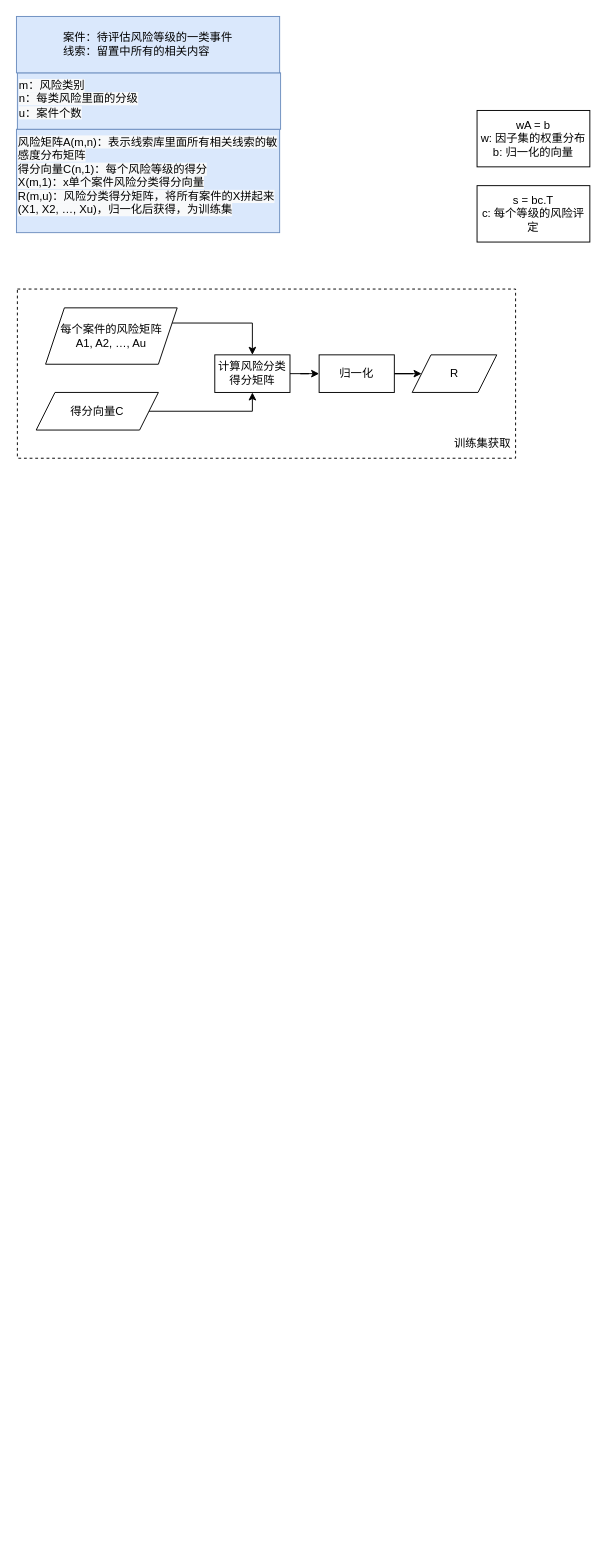
Before: risk_assessment.drawio in jiang-111/crispy-parakeet, a draw.io diagram. Source tidied: cells renumbered, new cells numbered last; positions are measured from the earlier drawing's top-left corner, leaving out a move shared by most shapes. Both pictures are drawn from the tidied source at 94%, with x=0, y=0 at pixel (16, 16).
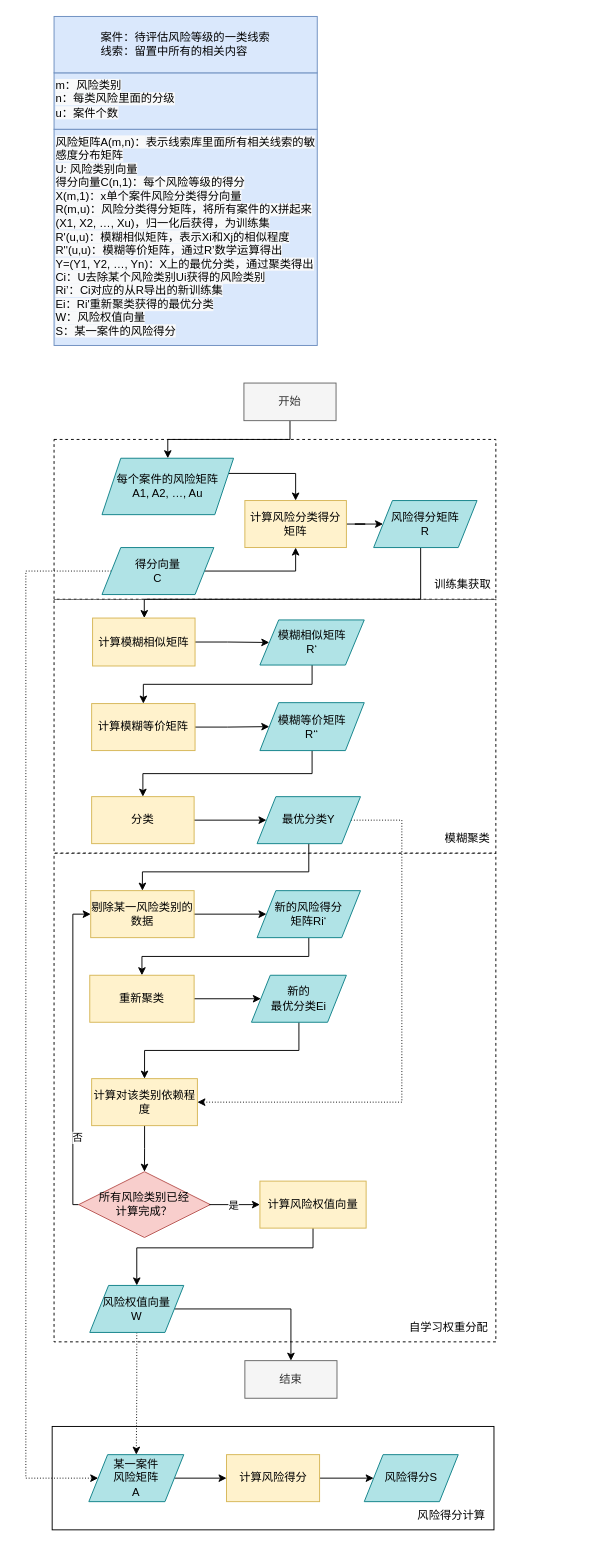
After the change.

The edit, as a diff of the source:
```diff
@@
-    <mxCell id="2" style="rounded=0;whiteSpace=wrap;html=1;dashed=1;" parent="1" vertex="1">
-      <mxGeometry x="1" y="290" width="530" height="180" as="geometry" />
-    </mxCell>
-    <mxCell id="3" value="wA = b&lt;br&gt;w: 因子集的权重分布&lt;br&gt;b: 归一化的向量" style="rounded=0;whiteSpace=wrap;html=1;" parent="1" vertex="1">
-      <mxGeometry x="490" y="100" width="120" height="60" as="geometry" />
-    </mxCell>
-    <mxCell id="4" value="s = bc.T&lt;br&gt;c: 每个等级的风险评定" style="rounded=0;whiteSpace=wrap;html=1;" parent="1" vertex="1">
-      <mxGeometry x="490" y="180" width="120" height="60" as="geometry" />
-    </mxCell>
+    <mxCell id="18" style="rounded=0;whiteSpace=wrap;html=1;" parent="1" vertex="1">
+      <mxGeometry x="38" y="1500" width="470" height="110" as="geometry" />
+    </mxCell>
+    <mxCell id="19" style="rounded=0;whiteSpace=wrap;html=1;dashed=1;" parent="1" vertex="1">
+      <mxGeometry x="40" y="890" width="470" height="520" as="geometry" />
+    </mxCell>
+    <mxCell id="20" style="rounded=0;whiteSpace=wrap;html=1;dashed=1;" parent="1" vertex="1">
+      <mxGeometry x="40" y="620" width="470" height="270" as="geometry" />
+    </mxCell>
+    <mxCell id="21" style="rounded=0;whiteSpace=wrap;html=1;dashed=1;" parent="1" vertex="1">
+      <mxGeometry x="40" y="450" width="470" height="170" as="geometry" />
+    </mxCell>
@@
-    <mxCell id="6" value="每个案件的风险矩阵&lt;br&gt;A1, A2, …, Au" style="shape=parallelogram;perimeter=parallelogramPerimeter;whiteSpace=wrap;html=1;fixedSize=1;" parent="1" vertex="1">
-      <mxGeometry x="31" y="310" width="140" height="60" as="geometry" />
+    <mxCell id="6" value="每个案件的风险矩阵&lt;br&gt;A1, A2, …, Au" style="shape=parallelogram;perimeter=parallelogramPerimeter;whiteSpace=wrap;html=1;fixedSize=1;fillColor=#b0e3e6;strokeColor=#0e8088;" parent="1" vertex="1">
+      <mxGeometry x="91" y="470" width="140" height="60" as="geometry" />
     </mxCell>
@@
+    <mxCell id="22" style="edgeStyle=orthogonalEdgeStyle;rounded=0;jettySize=auto;html=1;exitX=0;exitY=0.5;exitDx=0;exitDy=0;entryX=0;entryY=0.5;entryDx=0;entryDy=0;dashed=1;dashPattern=1 2;" parent="1" edge="1" source="8" target="62">
+      <mxGeometry relative="1" as="geometry">
+        <Array as="points">
+          <mxPoint x="10" y="590" />
+          <mxPoint x="10" y="1555" />
+        </Array>
+      </mxGeometry>
+    </mxCell>
-    <mxCell id="8" value="得分向量C" style="shape=parallelogram;perimeter=parallelogramPerimeter;whiteSpace=wrap;html=1;fixedSize=1;" parent="1" vertex="1">
-      <mxGeometry x="21" y="400" width="130" height="40" as="geometry" />
+    <mxCell id="8" value="得分向量&lt;br&gt;C" style="shape=parallelogram;perimeter=parallelogramPerimeter;whiteSpace=wrap;html=1;fixedSize=1;fillColor=#b0e3e6;strokeColor=#0e8088;" parent="1" vertex="1">
+      <mxGeometry x="91" y="565" width="119" height="50" as="geometry" />
     </mxCell>
-    <mxCell id="9" value="&lt;span style=&quot;color: rgb(0 , 0 , 0) ; font-family: &amp;#34;helvetica&amp;#34; ; font-size: 12px ; font-style: normal ; font-weight: 400 ; letter-spacing: normal ; text-align: center ; text-indent: 0px ; text-transform: none ; word-spacing: 0px ; background-color: rgb(248 , 249 , 250) ; display: inline ; float: none&quot;&gt;风险矩阵A(m,n)：&lt;/span&gt;&lt;span style=&quot;color: rgb(0 , 0 , 0) ; font-family: &amp;#34;helvetica&amp;#34; ; font-size: 12px ; font-style: normal ; font-weight: 400 ; letter-spacing: normal ; text-align: center ; text-indent: 0px ; text-transform: none ; word-spacing: 0px ; background-color: rgb(248 , 249 , 250) ; display: inline ; float: none&quot;&gt;表示线索库里面所有相关线索的敏感度分布矩阵&lt;br&gt;得分向量C(n,1)：每个风险等级的得分&lt;br&gt;X(m,1)：x单个案件风险分类得分向量&lt;br&gt;R(m,u)：风险分类得分矩阵，将所有案件的X拼起来(X1, X2, …, Xu)，归一化后获得，为训练集&lt;br&gt;&lt;/span&gt;" style="text;whiteSpace=wrap;html=1;fillColor=#dae8fc;strokeColor=#6c8ebf;" parent="1" vertex="1">
-      <mxGeometry y="120" width="280" height="110" as="geometry" />
+    <mxCell id="9" value="&lt;span style=&quot;color: rgb(0 , 0 , 0) ; font-family: &amp;#34;helvetica&amp;#34; ; font-size: 12px ; font-style: normal ; font-weight: 400 ; letter-spacing: normal ; text-align: center ; text-indent: 0px ; text-transform: none ; word-spacing: 0px ; background-color: rgb(248 , 249 , 250) ; display: inline ; float: none&quot;&gt;风险矩阵A(m,n)：&lt;/span&gt;&lt;span style=&quot;color: rgb(0 , 0 , 0) ; font-family: &amp;#34;helvetica&amp;#34; ; font-size: 12px ; font-style: normal ; font-weight: 400 ; letter-spacing: normal ; text-align: center ; text-indent: 0px ; text-transform: none ; word-spacing: 0px ; background-color: rgb(248 , 249 , 250) ; display: inline ; float: none&quot;&gt;表示线索库里面所有相关线索的敏感度分布矩阵&lt;br&gt;U: 风险类别向量&lt;br&gt;得分向量C(n,1)：每个风险等级的得分&lt;br&gt;X(m,1)：x单个案件风险分类得分向量&lt;br&gt;R(m,u)：风险分类得分矩阵，将所有案件的X拼起来(X1, X2, …, Xu)，归一化后获得，为训练集&lt;br&gt;R'(u,u)：模糊相似矩阵，表示Xi和Xj的相似程度&lt;br&gt;R''(u,u)：模糊等价矩阵，通过R’数学运算得出&lt;br&gt;Y=(Y1, Y2, …, Yn)：X上的最优分类，通过聚类得出&lt;br&gt;Ci：U去除某个风险类别Ui获得的风险类别&lt;br&gt;Ri’：Ci对应的从R导出的新训练集&lt;br&gt;Ei：Ri'重新聚类获得的最优分类&lt;br&gt;W：风险权值向量&lt;br&gt;S：某一案件的风险得分&lt;br&gt;&lt;/span&gt;" style="text;whiteSpace=wrap;html=1;fillColor=#dae8fc;strokeColor=#6c8ebf;" parent="1" vertex="1">
+      <mxGeometry x="40" y="120" width="280" height="230" as="geometry" />
     </mxCell>
     <mxCell id="10" value="&lt;span style=&quot;color: rgb(0 , 0 , 0) ; font-size: 12px ; font-style: normal ; font-weight: 400 ; letter-spacing: normal ; text-indent: 0px ; text-transform: none ; word-spacing: 0px ; font-family: &amp;#34;helvetica&amp;#34; ; text-align: center ; background-color: rgb(248 , 249 , 250) ; display: inline ; float: none&quot;&gt;m：风险类别&lt;/span&gt;&lt;br style=&quot;color: rgb(0 , 0 , 0) ; font-size: 12px ; font-style: normal ; font-weight: 400 ; letter-spacing: normal ; text-indent: 0px ; text-transform: none ; word-spacing: 0px ; font-family: &amp;#34;helvetica&amp;#34; ; text-align: center ; background-color: rgb(248 , 249 , 250)&quot;&gt;&lt;span style=&quot;color: rgb(0 , 0 , 0) ; font-size: 12px ; font-style: normal ; font-weight: 400 ; letter-spacing: normal ; text-indent: 0px ; text-transform: none ; word-spacing: 0px ; font-family: &amp;#34;helvetica&amp;#34; ; text-align: center ; background-color: rgb(248 , 249 , 250) ; display: inline ; float: none&quot;&gt;n：每类风险里面的分级&lt;br&gt;u：案件个数&lt;br&gt;&lt;/span&gt;" style="text;whiteSpace=wrap;html=1;fillColor=#dae8fc;strokeColor=#6c8ebf;" parent="1" vertex="1">
-      <mxGeometry x="1" y="60" width="280" height="60" as="geometry" />
+      <mxGeometry x="40" y="60" width="280" height="60" as="geometry" />
     </mxCell>
-    <mxCell id="11" style="edgeStyle=orthogonalEdgeStyle;rounded=0;jettySize=auto;html=1;" parent="1" edge="1" source="12" target="17">
-      <mxGeometry relative="1" as="geometry" />
-    </mxCell>
+    <mxCell id="23" style="edgeStyle=orthogonalEdgeStyle;rounded=0;jettySize=auto;html=1;" parent="1" edge="1" source="12" target="25">
+      <mxGeometry relative="1" as="geometry" />
+    </mxCell>
-    <mxCell id="12" value="计算风险分类得分矩阵" style="rounded=0;whiteSpace=wrap;html=1;" parent="1" vertex="1">
-      <mxGeometry x="211" y="360" width="80" height="40" as="geometry" />
+    <mxCell id="12" value="计算风险分类得分矩阵" style="rounded=0;whiteSpace=wrap;html=1;fillColor=#fff2cc;strokeColor=#d6b656;" parent="1" vertex="1">
+      <mxGeometry x="243" y="515" width="108" height="50" as="geometry" />
     </mxCell>
-    <mxCell id="13" value="案件：待评估风险等级的一类事件&lt;br&gt;&lt;div style=&quot;text-align: left&quot;&gt;&lt;span&gt;线索：留置中所有的相关内容&lt;/span&gt;&lt;/div&gt;" style="rounded=0;whiteSpace=wrap;html=1;fillColor=#dae8fc;strokeColor=#6c8ebf;" parent="1" vertex="1">
-      <mxGeometry width="280" height="60" as="geometry" />
+    <mxCell id="13" value="案件：待评估风险等级的一类线索&lt;br&gt;&lt;div style=&quot;text-align: left&quot;&gt;&lt;span&gt;线索：留置中所有的相关内容&lt;/span&gt;&lt;/div&gt;" style="rounded=0;whiteSpace=wrap;html=1;fillColor=#dae8fc;strokeColor=#6c8ebf;" parent="1" vertex="1">
+      <mxGeometry x="40" width="280" height="60" as="geometry" />
     </mxCell>
-    <mxCell id="14" value="R" style="shape=parallelogram;perimeter=parallelogramPerimeter;whiteSpace=wrap;html=1;fixedSize=1;" parent="1" vertex="1">
-      <mxGeometry x="421" y="360" width="90" height="40" as="geometry" />
-    </mxCell>
     <mxCell id="15" value="训练集获取" style="text;html=1;strokeColor=none;fillColor=none;align=center;verticalAlign=middle;whiteSpace=wrap;rounded=0;dashed=1;" parent="1" vertex="1">
-      <mxGeometry x="461" y="440" width="70" height="30" as="geometry" />
+      <mxGeometry x="440" y="590" width="70" height="30" as="geometry" />
     </mxCell>
-    <mxCell id="16" style="edgeStyle=orthogonalEdgeStyle;rounded=0;jettySize=auto;html=1;" parent="1" edge="1" source="17" target="14">
-      <mxGeometry relative="1" as="geometry" />
-    </mxCell>
-    <mxCell id="17" value="归一化" style="rounded=0;whiteSpace=wrap;html=1;" parent="1" vertex="1">
-      <mxGeometry x="322" y="360" width="80" height="40" as="geometry" />
-    </mxCell>
+    <mxCell id="24" style="edgeStyle=orthogonalEdgeStyle;rounded=0;jettySize=auto;html=1;" parent="1" edge="1" source="25" target="27">
+      <mxGeometry relative="1" as="geometry">
+        <Array as="points">
+          <mxPoint x="430" y="620" />
+          <mxPoint x="136" y="620" />
+        </Array>
+      </mxGeometry>
+    </mxCell>
+    <mxCell id="25" value="风险得分矩阵&lt;br&gt;R" style="shape=parallelogram;perimeter=parallelogramPerimeter;whiteSpace=wrap;html=1;fixedSize=1;fillColor=#b0e3e6;strokeColor=#0e8088;" parent="1" vertex="1">
+      <mxGeometry x="380" y="515" width="110" height="50" as="geometry" />
+    </mxCell>
+    <mxCell id="26" style="edgeStyle=orthogonalEdgeStyle;rounded=0;jettySize=auto;html=1;" parent="1" edge="1" source="27" target="29">
+      <mxGeometry relative="1" as="geometry" />
+    </mxCell>
+    <mxCell id="27" value="计算模糊相似矩阵" style="rounded=0;whiteSpace=wrap;html=1;fillColor=#fff2cc;strokeColor=#d6b656;" parent="1" vertex="1">
+      <mxGeometry x="81" y="640" width="109" height="51" as="geometry" />
+    </mxCell>
+    <mxCell id="28" style="edgeStyle=orthogonalEdgeStyle;rounded=0;jettySize=auto;html=1;exitX=0.5;exitY=1;exitDx=0;exitDy=0;entryX=0.5;entryY=0;entryDx=0;entryDy=0;" parent="1" edge="1" source="29" target="31">
+      <mxGeometry relative="1" as="geometry" />
+    </mxCell>
+    <mxCell id="29" value="模糊相似矩阵&lt;br&gt;R‘" style="shape=parallelogram;perimeter=parallelogramPerimeter;whiteSpace=wrap;html=1;fixedSize=1;fillColor=#b0e3e6;strokeColor=#0e8088;" parent="1" vertex="1">
+      <mxGeometry x="259" y="642" width="111" height="48" as="geometry" />
+    </mxCell>
+    <mxCell id="30" style="edgeStyle=orthogonalEdgeStyle;rounded=0;jettySize=auto;html=1;" parent="1" edge="1" source="31" target="33">
+      <mxGeometry relative="1" as="geometry" />
+    </mxCell>
+    <mxCell id="31" value="计算模糊等价矩阵" style="rounded=0;whiteSpace=wrap;html=1;fillColor=#fff2cc;strokeColor=#d6b656;" parent="1" vertex="1">
+      <mxGeometry x="80" y="731" width="110" height="50" as="geometry" />
+    </mxCell>
+    <mxCell id="32" style="edgeStyle=orthogonalEdgeStyle;rounded=0;jettySize=auto;html=1;exitX=0.5;exitY=1;exitDx=0;exitDy=0;entryX=0.5;entryY=0;entryDx=0;entryDy=0;" parent="1" edge="1" source="33" target="35">
+      <mxGeometry relative="1" as="geometry" />
+    </mxCell>
+    <mxCell id="33" value="模糊等价矩阵&lt;br&gt;R‘‘" style="shape=parallelogram;perimeter=parallelogramPerimeter;whiteSpace=wrap;html=1;fixedSize=1;fillColor=#b0e3e6;strokeColor=#0e8088;" parent="1" vertex="1">
+      <mxGeometry x="259" y="730" width="111" height="51" as="geometry" />
+    </mxCell>
+    <mxCell id="34" style="edgeStyle=orthogonalEdgeStyle;rounded=0;jettySize=auto;html=1;" parent="1" edge="1" source="35" target="39">
+      <mxGeometry relative="1" as="geometry" />
+    </mxCell>
+    <mxCell id="35" value="分类" style="rounded=0;whiteSpace=wrap;html=1;fillColor=#fff2cc;strokeColor=#d6b656;" parent="1" vertex="1">
+      <mxGeometry x="80" y="830" width="109" height="50" as="geometry" />
+    </mxCell>
+    <mxCell id="36" value="模糊聚类" style="text;html=1;strokeColor=none;fillColor=none;align=center;verticalAlign=middle;whiteSpace=wrap;rounded=0;dashed=1;" parent="1" vertex="1">
+      <mxGeometry x="450" y="860" width="60" height="30" as="geometry" />
+    </mxCell>
+    <mxCell id="37" style="edgeStyle=orthogonalEdgeStyle;rounded=0;jettySize=auto;html=1;entryX=0.5;entryY=0;entryDx=0;entryDy=0;" parent="1" edge="1" source="39" target="41">
+      <mxGeometry relative="1" as="geometry">
+        <Array as="points">
+          <mxPoint x="311" y="910" />
+          <mxPoint x="134" y="910" />
+        </Array>
+      </mxGeometry>
+    </mxCell>
+    <mxCell id="38" style="edgeStyle=orthogonalEdgeStyle;rounded=0;jettySize=auto;html=1;entryX=1;entryY=0.5;entryDx=0;entryDy=0;dashed=1;dashPattern=1 2;" parent="1" edge="1" source="39" target="49">
+      <mxGeometry relative="1" as="geometry">
+        <Array as="points">
+          <mxPoint x="410" y="855" />
+          <mxPoint x="410" y="1155" />
+        </Array>
+      </mxGeometry>
+    </mxCell>
+    <mxCell id="39" value="最优分类Y" style="shape=parallelogram;perimeter=parallelogramPerimeter;whiteSpace=wrap;html=1;fixedSize=1;fillColor=#b0e3e6;strokeColor=#0e8088;" parent="1" vertex="1">
+      <mxGeometry x="256" y="830" width="110" height="50" as="geometry" />
+    </mxCell>
+    <mxCell id="40" style="edgeStyle=orthogonalEdgeStyle;rounded=0;jettySize=auto;html=1;exitX=1;exitY=0.5;exitDx=0;exitDy=0;entryX=0;entryY=0.5;entryDx=0;entryDy=0;" parent="1" edge="1" source="41" target="47">
+      <mxGeometry relative="1" as="geometry" />
+    </mxCell>
+    <mxCell id="41" value="剔除某一风险类别的数据" style="rounded=0;whiteSpace=wrap;html=1;fillColor=#fff2cc;strokeColor=#d6b656;" parent="1" vertex="1">
+      <mxGeometry x="79" y="930" width="110" height="50" as="geometry" />
+    </mxCell>
+    <mxCell id="42" style="edgeStyle=orthogonalEdgeStyle;rounded=0;jettySize=auto;html=1;" parent="1" edge="1" source="43" target="45">
+      <mxGeometry relative="1" as="geometry" />
+    </mxCell>
+    <mxCell id="43" value="重新聚类" style="rounded=0;whiteSpace=wrap;html=1;fillColor=#fff2cc;strokeColor=#d6b656;" parent="1" vertex="1">
+      <mxGeometry x="78" y="1020" width="111" height="50" as="geometry" />
+    </mxCell>
+    <mxCell id="44" style="edgeStyle=orthogonalEdgeStyle;rounded=0;jettySize=auto;html=1;entryX=0.5;entryY=0;entryDx=0;entryDy=0;" parent="1" edge="1" source="45" target="49">
+      <mxGeometry relative="1" as="geometry">
+        <Array as="points">
+          <mxPoint x="301" y="1100" />
+          <mxPoint x="136" y="1100" />
+        </Array>
+      </mxGeometry>
+    </mxCell>
+    <mxCell id="45" value="新的&lt;br&gt;最优分类Ei" style="shape=parallelogram;perimeter=parallelogramPerimeter;whiteSpace=wrap;html=1;fixedSize=1;fillColor=#b0e3e6;strokeColor=#0e8088;" parent="1" vertex="1">
+      <mxGeometry x="250" y="1020" width="101" height="50" as="geometry" />
+    </mxCell>
+    <mxCell id="46" style="edgeStyle=orthogonalEdgeStyle;rounded=0;jettySize=auto;html=1;exitX=0.5;exitY=1;exitDx=0;exitDy=0;" parent="1" edge="1" source="47" target="43">
+      <mxGeometry relative="1" as="geometry" />
+    </mxCell>
+    <mxCell id="47" value="新的风险得分&lt;br&gt;矩阵Ri‘" style="shape=parallelogram;perimeter=parallelogramPerimeter;whiteSpace=wrap;html=1;fixedSize=1;fillColor=#b0e3e6;strokeColor=#0e8088;" parent="1" vertex="1">
+      <mxGeometry x="256" y="930" width="110" height="50" as="geometry" />
+    </mxCell>
+    <mxCell id="48" style="edgeStyle=orthogonalEdgeStyle;rounded=0;jettySize=auto;html=1;entryX=0.5;entryY=0;entryDx=0;entryDy=0;" parent="1" edge="1" source="49" target="52">
+      <mxGeometry relative="1" as="geometry" />
+    </mxCell>
+    <mxCell id="49" value="计算对该类别依赖程度" style="rounded=0;whiteSpace=wrap;html=1;fillColor=#fff2cc;strokeColor=#d6b656;" parent="1" vertex="1">
+      <mxGeometry x="80" y="1130" width="112.5" height="50" as="geometry" />
+    </mxCell>
+    <mxCell id="50" style="edgeStyle=orthogonalEdgeStyle;rounded=0;jettySize=auto;html=1;entryX=0;entryY=0.5;entryDx=0;entryDy=0;" parent="1" edge="1" source="52" target="41">
+      <mxGeometry relative="1" as="geometry">
+        <Array as="points">
+          <mxPoint x="60" y="1264" />
+          <mxPoint x="60" y="955" />
+        </Array>
+      </mxGeometry>
+    </mxCell>
+    <mxCell id="51" value="否" style="edgeLabel;html=1;align=center;verticalAlign=middle;" parent="50" vertex="1">
+      <mxGeometry x="-0.83" y="-4" relative="1" as="geometry">
+        <mxPoint y="-50" as="offset" />
+      </mxGeometry>
+    </mxCell>
+    <mxCell id="52" value="所有风险类别已经&lt;br&gt;计算完成？" style="rhombus;whiteSpace=wrap;html=1;fillColor=#f8cecc;strokeColor=#b85450;" parent="1" vertex="1">
+      <mxGeometry x="66.2" y="1229" width="140" height="70" as="geometry" />
+    </mxCell>
+    <mxCell id="53" style="edgeStyle=orthogonalEdgeStyle;rounded=0;jettySize=auto;html=1;" parent="1" edge="1" source="54" target="59">
+      <mxGeometry relative="1" as="geometry">
+        <Array as="points">
+          <mxPoint x="316" y="1310" />
+          <mxPoint x="128" y="1310" />
+        </Array>
+      </mxGeometry>
+    </mxCell>
+    <mxCell id="54" value="计算风险权值向量" style="rounded=0;whiteSpace=wrap;html=1;fillColor=#fff2cc;strokeColor=#d6b656;" parent="1" vertex="1">
+      <mxGeometry x="259" y="1239" width="113" height="50" as="geometry" />
+    </mxCell>
+    <mxCell id="55" style="endArrow=classic;html=1;rounded=0;exitX=1;exitY=0.5;exitDx=0;exitDy=0;entryX=0;entryY=0.5;entryDx=0;entryDy=0;" parent="1" edge="1" target="54">
+      <mxGeometry relative="1" as="geometry">
+        <mxPoint x="205.2" y="1264" as="sourcePoint" />
+      </mxGeometry>
+    </mxCell>
+    <mxCell id="56" value="是" style="edgeLabel;html=1;align=center;verticalAlign=middle;" parent="55" vertex="1">
+      <mxGeometry relative="1" as="geometry">
+        <mxPoint x="-2" as="offset" />
+      </mxGeometry>
+    </mxCell>
+    <mxCell id="57" style="edgeStyle=orthogonalEdgeStyle;rounded=0;jettySize=auto;html=1;exitX=1;exitY=0.5;exitDx=0;exitDy=0;entryX=0.5;entryY=0;entryDx=0;entryDy=0;" parent="1" edge="1" source="59" target="69">
+      <mxGeometry relative="1" as="geometry">
+        <Array as="points">
+          <mxPoint x="292" y="1375" />
+        </Array>
+      </mxGeometry>
+    </mxCell>
+    <mxCell id="58" style="edgeStyle=orthogonalEdgeStyle;rounded=0;jettySize=auto;html=1;entryX=0.5;entryY=0;entryDx=0;entryDy=0;dashed=1;dashPattern=1 2;" parent="1" edge="1" source="59" target="62">
+      <mxGeometry relative="1" as="geometry" />
+    </mxCell>
+    <mxCell id="59" value="风险权值向量&lt;br&gt;W" style="shape=parallelogram;perimeter=parallelogramPerimeter;whiteSpace=wrap;html=1;fixedSize=1;fillColor=#b0e3e6;strokeColor=#0e8088;" parent="1" vertex="1">
+      <mxGeometry x="78" y="1350" width="100" height="50" as="geometry" />
+    </mxCell>
+    <mxCell id="60" value="自学习权重分配" style="text;html=1;strokeColor=none;fillColor=none;align=center;verticalAlign=middle;whiteSpace=wrap;rounded=0;" parent="1" vertex="1">
+      <mxGeometry x="410" y="1380" width="100" height="30" as="geometry" />
+    </mxCell>
+    <mxCell id="61" style="edgeStyle=orthogonalEdgeStyle;rounded=0;jettySize=auto;html=1;" parent="1" edge="1" source="62" target="64">
+      <mxGeometry relative="1" as="geometry" />
+    </mxCell>
+    <mxCell id="62" value="某一案件&lt;br&gt;风险矩阵&lt;br&gt;A" style="shape=parallelogram;perimeter=parallelogramPerimeter;whiteSpace=wrap;html=1;fixedSize=1;fillColor=#b0e3e6;strokeColor=#0e8088;" parent="1" vertex="1">
+      <mxGeometry x="77" y="1530" width="101" height="50" as="geometry" />
+    </mxCell>
+    <mxCell id="63" style="edgeStyle=orthogonalEdgeStyle;rounded=0;jettySize=auto;html=1;" parent="1" edge="1" source="64" target="65">
+      <mxGeometry relative="1" as="geometry" />
+    </mxCell>
+    <mxCell id="64" value="计算风险得分" style="rounded=0;whiteSpace=wrap;html=1;fillColor=#fff2cc;strokeColor=#d6b656;" parent="1" vertex="1">
+      <mxGeometry x="223.5" y="1530" width="99" height="50" as="geometry" />
+    </mxCell>
+    <mxCell id="65" value="风险得分S" style="shape=parallelogram;perimeter=parallelogramPerimeter;whiteSpace=wrap;html=1;fixedSize=1;fillColor=#b0e3e6;strokeColor=#0e8088;" parent="1" vertex="1">
+      <mxGeometry x="370" y="1530" width="100" height="50" as="geometry" />
+    </mxCell>
+    <mxCell id="66" value="风险得分计算" style="text;html=1;strokeColor=none;fillColor=none;align=center;verticalAlign=middle;whiteSpace=wrap;rounded=0;" parent="1" vertex="1">
+      <mxGeometry x="418" y="1580" width="90" height="30" as="geometry" />
+    </mxCell>
+    <mxCell id="67" style="edgeStyle=orthogonalEdgeStyle;rounded=0;jettySize=auto;html=1;exitX=0.5;exitY=1;exitDx=0;exitDy=0;entryX=0.5;entryY=0;entryDx=0;entryDy=0;" parent="1" edge="1" source="68" target="6">
+      <mxGeometry relative="1" as="geometry" />
+    </mxCell>
+    <mxCell id="68" value="开始" style="rounded=0;whiteSpace=wrap;html=1;fillColor=#f5f5f5;fontColor=#333333;strokeColor=#666666;" parent="1" vertex="1">
+      <mxGeometry x="242" y="390" width="98" height="40" as="geometry" />
+    </mxCell>
+    <mxCell id="69" value="结束" style="rounded=0;whiteSpace=wrap;html=1;fillColor=#f5f5f5;fontColor=#333333;strokeColor=#666666;" parent="1" vertex="1">
+      <mxGeometry x="243" y="1430" width="98" height="40" as="geometry" />
+    </mxCell>
```
